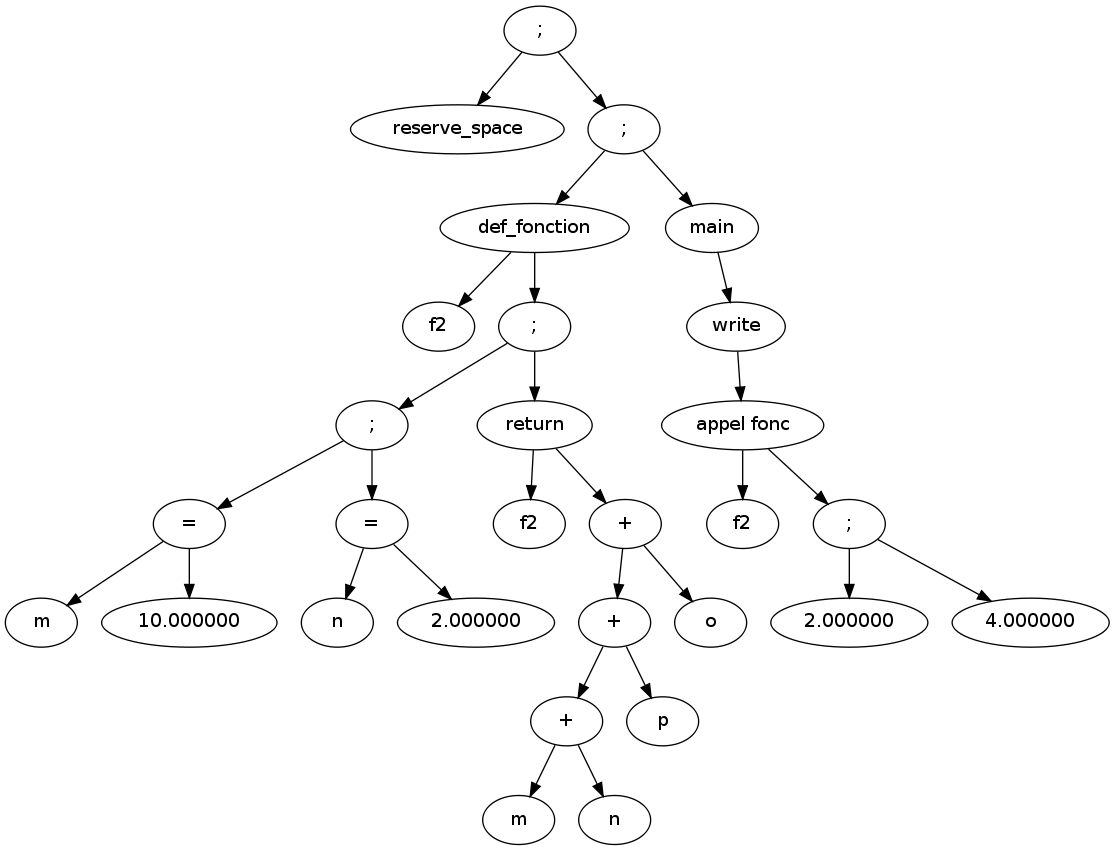
The Graphviz diagram tp4_5_eleves/res.png in ALounes/Compilateur, before a commit. Its source is kept beside it as tp4_5_eleves/res.dot.
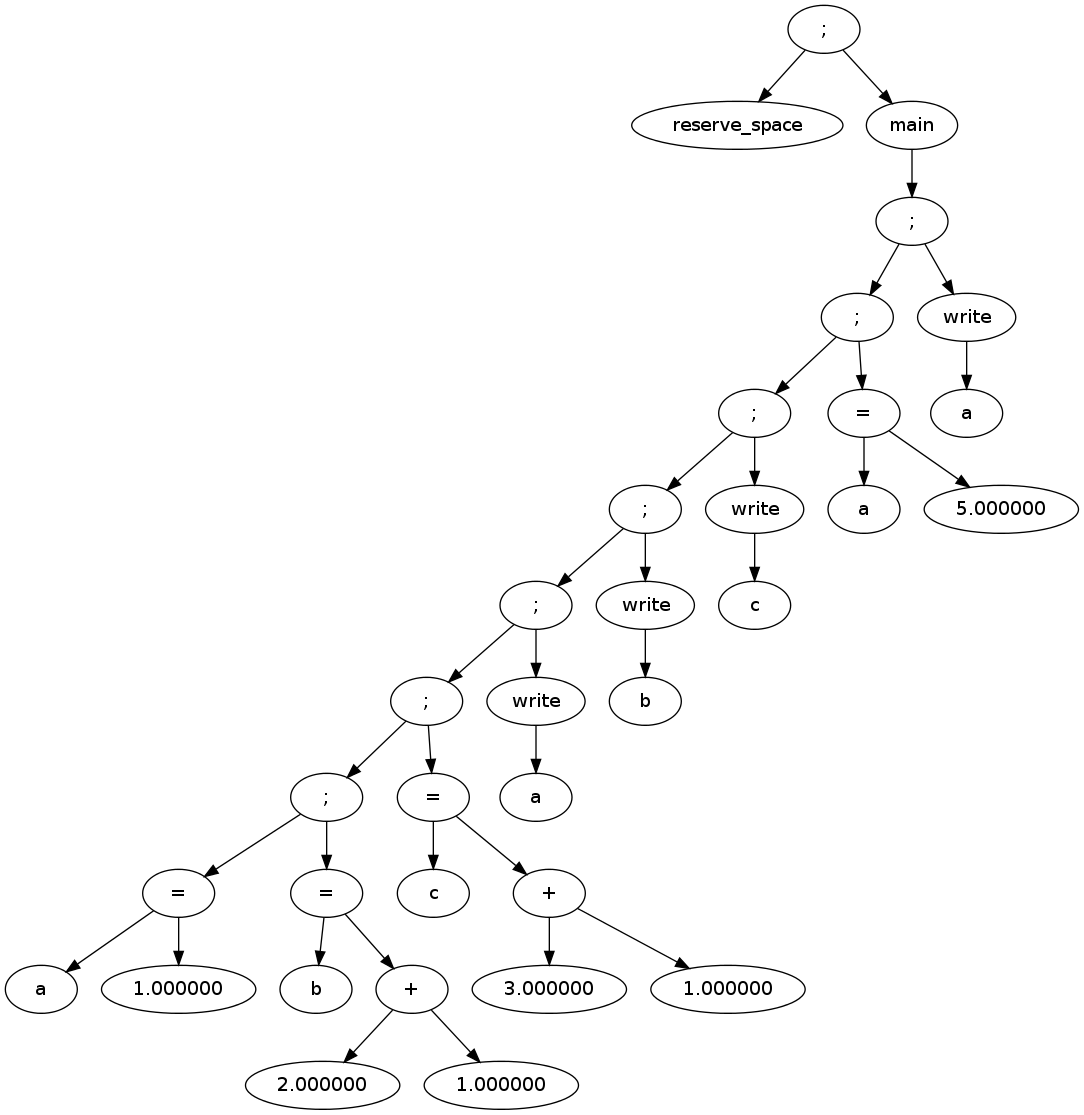
Later version of the same file.

The edit, as a diff of the source:
```diff
@@ -1,89 +1,69 @@
 digraph {
 	A000 [label="reserve_space"]
-	A001 [label="fibonacci"]
-	A002 [label="n"]
-	A003 [label="3.000000"]
-	A004 [label="<"]
-	A005 [label="fibonacci"]
-	A006 [label="n"]
-	A007 [label="return"]
-	A008 [label="fibonacci"]
-	A009 [label="fibonacci"]
-	A010 [label="n"]
-	A011 [label="1.000000"]
-	A012 [label="-"]
-	A013 [label="appel fonc"]
-	A014 [label="fibonacci"]
-	A015 [label="n"]
-	A016 [label="2.000000"]
-	A017 [label="-"]
-	A018 [label="appel fonc"]
-	A019 [label="+"]
-	A020 [label="return"]
-	A021 [label="if"]
-	A022 [label="def_fonction"]
-	A023 [label="i"]
-	A024 [label="1.000000"]
-	A025 [label="="]
-	A026 [label="i"]
-	A027 [label="10.000000"]
-	A028 [label="<"]
-	A029 [label="fibonacci"]
-	A030 [label="i"]
-	A031 [label="appel fonc"]
-	A032 [label="write"]
-	A033 [label="i"]
-	A034 [label="i"]
-	A035 [label="1.000000"]
-	A036 [label="+"]
-	A037 [label="="]
-	A038 [label=";"]
-	A039 [label="while"]
-	A040 [label=";"]
-	A041 [label="main"]
-	A042 [label=";"]
-	A043 [label=";"]
-	A043 -> A000
-	A043 -> A042
-	A042 -> A022
-	A042 -> A041
-	A022 -> A001
-	A022 -> A021
-	A021 -> A004
-	A021 -> A007
+	A001 [label="a"]
+	A002 [label="1.000000"]
+	A003 [label="="]
+	A004 [label="b"]
+	A005 [label="2.000000"]
+	A006 [label="1.000000"]
+	A007 [label="+"]
+	A008 [label="="]
+	A009 [label=";"]
+	A010 [label="c"]
+	A011 [label="3.000000"]
+	A012 [label="1.000000"]
+	A013 [label="+"]
+	A014 [label="="]
+	A015 [label=";"]
+	A016 [label="a"]
+	A017 [label="write"]
+	A018 [label=";"]
+	A019 [label="b"]
+	A020 [label="write"]
+	A021 [label=";"]
+	A022 [label="c"]
+	A023 [label="write"]
+	A024 [label=";"]
+	A025 [label="a"]
+	A026 [label="5.000000"]
+	A027 [label="="]
+	A028 [label=";"]
+	A029 [label="a"]
+	A030 [label="write"]
+	A031 [label=";"]
+	A032 [label="main"]
+	A033 [label=";"]
+	A033 -> A000
+	A033 -> A032
+	A032 -> A031
+	A031 -> A028
+	A031 -> A030
+	A028 -> A024
+	A028 -> A027
+	A024 -> A021
+	A024 -> A023
+	A021 -> A018
 	A021 -> A020
-	A004 -> A002
-	A004 -> A003
+	A018 -> A015
+	A018 -> A017
+	A015 -> A009
+	A015 -> A014
+	A009 -> A003
+	A009 -> A008
+	A003 -> A001
+	A003 -> A002
+	A008 -> A004
+	A008 -> A007
 	A007 -> A005
 	A007 -> A006
-	A020 -> A008
+	A014 -> A010
+	A014 -> A013
+	A013 -> A011
+	A013 -> A012
+	A017 -> A016
 	A020 -> A019
-	A019 -> A013
-	A019 -> A018
-	A013 -> A009
-	A013 -> A012
-	A012 -> A010
-	A012 -> A011
-	A018 -> A014
-	A018 -> A017
-	A017 -> A015
-	A017 -> A016
-	A041 -> A040
-	A040 -> A025
-	A040 -> A039
-	A025 -> A023
-	A025 -> A024
-	A039 -> A028
-	A039 -> A038
-	A028 -> A026
-	A028 -> A027
-	A038 -> A032
-	A038 -> A037
-	A032 -> A031
-	A031 -> A029
-	A031 -> A030
-	A037 -> A033
-	A037 -> A036
-	A036 -> A034
-	A036 -> A035
+	A023 -> A022
+	A027 -> A025
+	A027 -> A026
+	A030 -> A029
 }
```
